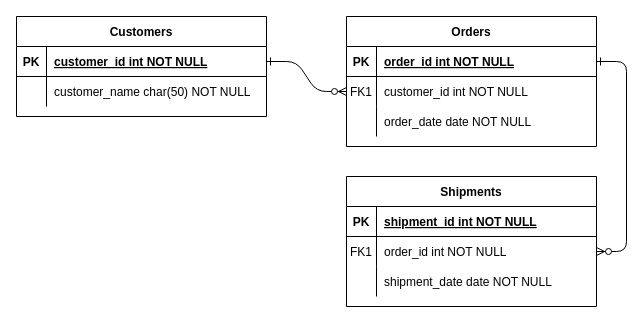
Above: db-design/Diagram Tanpa Judul.drawio in faisal0901/etentity (draw.io), before the change. Source tidied: cells renumbered, new cells numbered last; positions are measured from the earlier drawing's top-left corner, leaving out a move shared by most shapes. Both pictures are drawn from the tidied source at 100%, with x=0, y=0 at pixel (16, 16).
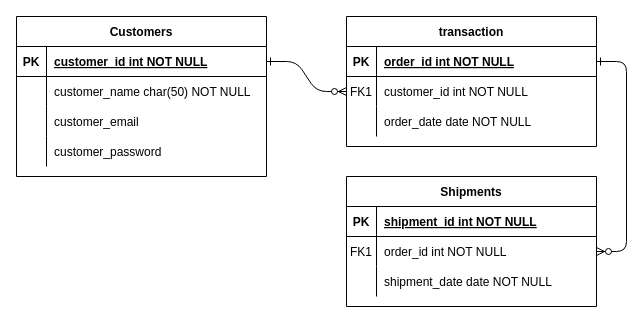
Above is the later version.

Diff of the diagram source:
```diff
@@
-    <mxCell id="4" value="Orders" style="shape=table;startSize=30;childLayout=tableLayout;rowLines=0;fontStyle=1;align=center;" parent="1" vertex="1">
+    <mxCell id="4" value="transaction" style="shape=table;startSize=30;childLayout=tableLayout;rowLines=0;fontStyle=1;align=center;" parent="1" vertex="1">
       <mxGeometry x="330" width="250" height="130" as="geometry" />
     </mxCell>
@@
     <mxCell id="24" value="Customers" style="shape=table;startSize=30;childLayout=tableLayout;rowLines=0;fontStyle=1;align=center;" parent="1" vertex="1">
-      <mxGeometry width="250" height="100" as="geometry" />
+      <mxGeometry width="250" height="160" as="geometry" />
     </mxCell>
@@
+    <mxCell id="31" style="shape=partialRectangle;fillColor=none;top=0;left=0;right=0;bottom=0;" parent="24" vertex="1">
+      <mxGeometry y="90" width="250" height="30" as="geometry" />
+    </mxCell>
+    <mxCell id="32" style="shape=partialRectangle;overflow=hidden;fillColor=none;top=0;left=0;bottom=0;right=0;" parent="31" vertex="1">
+      <mxGeometry width="30" height="30" as="geometry" />
+    </mxCell>
+    <mxCell id="33" value="customer_email" style="shape=partialRectangle;overflow=hidden;fillColor=none;top=0;left=0;bottom=0;right=0;align=left;spacingLeft=6;" parent="31" vertex="1">
+      <mxGeometry x="30" width="220" height="30" as="geometry" />
+    </mxCell>
+    <mxCell id="34" style="shape=partialRectangle;fillColor=none;top=0;left=0;right=0;bottom=0;" parent="24" vertex="1">
+      <mxGeometry y="120" width="250" height="30" as="geometry" />
+    </mxCell>
+    <mxCell id="35" style="shape=partialRectangle;overflow=hidden;fillColor=none;top=0;left=0;bottom=0;right=0;" parent="34" vertex="1">
+      <mxGeometry width="30" height="30" as="geometry" />
+    </mxCell>
+    <mxCell id="36" value="customer_password" style="shape=partialRectangle;overflow=hidden;fillColor=none;top=0;left=0;bottom=0;right=0;align=left;spacingLeft=6;" parent="34" vertex="1">
+      <mxGeometry x="30" width="220" height="30" as="geometry" />
+    </mxCell>
```
